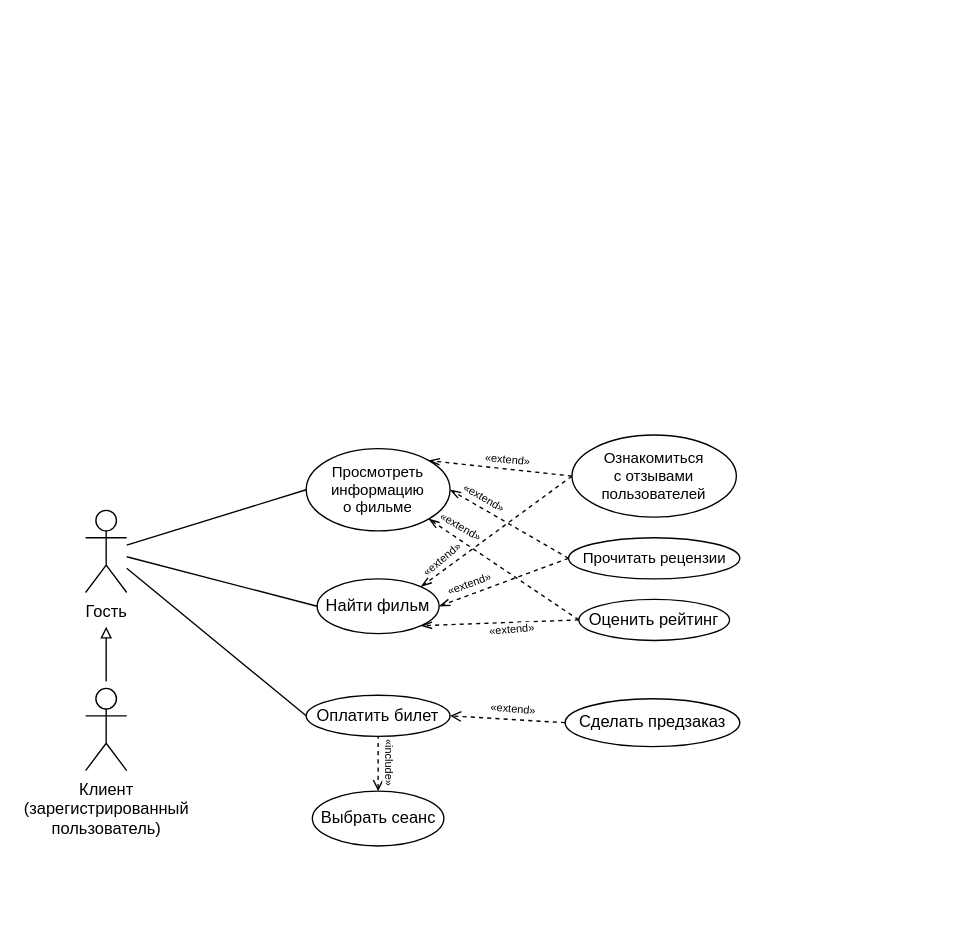
Above: page "Fakel" (3 of 3) of Диаграммы_вариантов_использования.drawio in ANDaniell/-design-practice (draw.io), before the change. Source tidied: cells renumbered, new cells numbered last; positions are measured from the earlier drawing's top-left corner, leaving out a move shared by most shapes. Both pictures are drawn from the tidied source at 137%, with x=0, y=0 at pixel (85, 434).
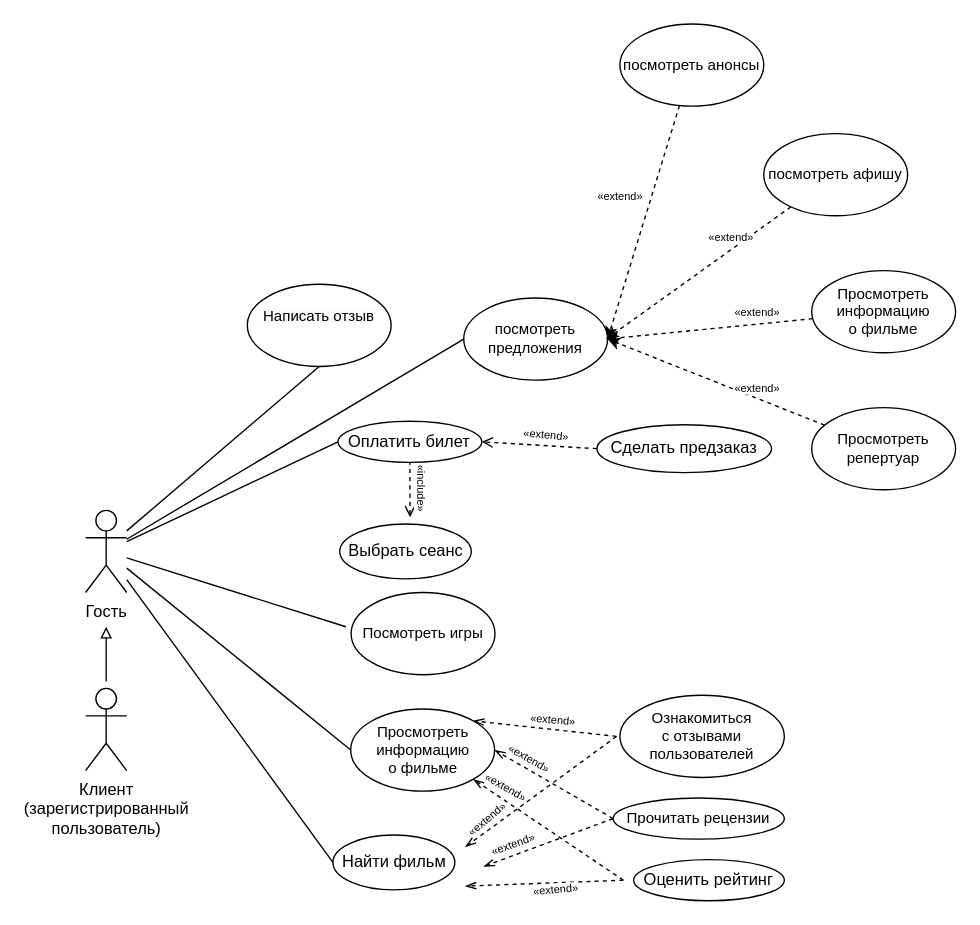
Above is the later version.

Unchanged cells that the change refers to:
```xml
<mxCell id="2" value="Гость" style="shape=umlActor;verticalLabelPosition=bottom;verticalAlign=top;html=1;" parent="1" vertex="1">
  <mxGeometry y="55" width="30" height="60" as="geometry" />
</mxCell>
```

Diff of the diagram source:
```diff
@@
     <mxCell id="4" value="Оплатить билет" style="ellipse;whiteSpace=wrap;html=1;fontSize=12;" parent="1" vertex="1">
-      <mxGeometry x="161" y="190" width="105" height="30" as="geometry" />
+      <mxGeometry x="184.2" y="-10" width="105" height="30" as="geometry" />
     </mxCell>
     <mxCell id="5" value="Сделать предзаказ" style="ellipse;whiteSpace=wrap;html=1;" parent="1" vertex="1">
-      <mxGeometry x="350" y="192.5" width="127.5" height="35" as="geometry" />
+      <mxGeometry x="373.2" y="-7.5" width="127.5" height="35" as="geometry" />
     </mxCell>
     <mxCell id="6" value="Найти фильм" style="ellipse;whiteSpace=wrap;html=1;" parent="1" vertex="1">
-      <mxGeometry x="169" y="105" width="89" height="40" as="geometry" />
+      <mxGeometry x="180.5" y="292" width="89" height="40" as="geometry" />
     </mxCell>
     <mxCell id="7" value="Оценить рейтинг" style="ellipse;whiteSpace=wrap;html=1;" parent="1" vertex="1">
-      <mxGeometry x="360" y="120" width="110" height="30" as="geometry" />
+      <mxGeometry x="400" y="310" width="110" height="30" as="geometry" />
     </mxCell>
     <mxCell id="8" value="Прочитать рецензии" style="ellipse;whiteSpace=wrap;html=1;fontSize=11;spacing=2;" parent="1" vertex="1">
-      <mxGeometry x="352.5" y="75" width="125" height="30" as="geometry" />
+      <mxGeometry x="385" y="265" width="125" height="30" as="geometry" />
     </mxCell>
     <mxCell id="9" value="&lt;div style=&quot;font-size: 11px;&quot;&gt;Ознакомиться&lt;/div&gt;&lt;div style=&quot;font-size: 11px;&quot;&gt;с отзывами пользователей&lt;/div&gt;" style="ellipse;whiteSpace=wrap;html=1;fontSize=11;" parent="1" vertex="1">
-      <mxGeometry x="355" width="120" height="60" as="geometry" />
+      <mxGeometry x="390" y="190" width="120" height="60" as="geometry" />
     </mxCell>
     <mxCell id="10" value="&lt;div style=&quot;font-size: 11px;&quot;&gt;Просмотреть информацию&lt;/div&gt;&lt;div style=&quot;font-size: 11px;&quot;&gt;о фильме&lt;/div&gt;" style="ellipse;whiteSpace=wrap;html=1;fontSize=11;" parent="1" vertex="1">
-      <mxGeometry x="161" y="10" width="105" height="60" as="geometry" />
+      <mxGeometry x="193.5" y="200" width="105" height="60" as="geometry" />
     </mxCell>
     <mxCell id="11" value="Выбрать сеанс" style="ellipse;whiteSpace=wrap;html=1;" parent="1" vertex="1">
-      <mxGeometry x="165.5" y="260" width="96" height="40" as="geometry" />
+      <mxGeometry x="185.5" y="65" width="96" height="40" as="geometry" />
     </mxCell>
@@
-    <mxCell id="16" style="endArrow=none;dashed=1;html=1;rounded=0;entryX=0.5;entryY=1;entryDx=0;entryDy=0;exitX=0.5;exitY=0;exitDx=0;exitDy=0;startArrow=open;startFill=0;" parent="1" edge="1" source="11" target="4">
-      <mxGeometry relative="1" as="geometry" />
+    <mxCell id="16" style="endArrow=none;dashed=1;html=1;rounded=0;entryX=0.5;entryY=1;entryDx=0;entryDy=0;exitX=0.5;exitY=0;exitDx=0;exitDy=0;startArrow=open;startFill=0;" parent="1" edge="1" target="4">
+      <mxGeometry relative="1" as="geometry">
+        <mxPoint x="236.8" y="60" as="sourcePoint" />
+      </mxGeometry>
     </mxCell>
@@
-    <mxCell id="19" style="endArrow=openThin;dashed=1;html=1;rounded=0;entryX=1;entryY=0;entryDx=0;entryDy=0;exitX=0;exitY=0.5;exitDx=0;exitDy=0;startArrow=none;startFill=0;endFill=0;" parent="1" edge="1" source="9" target="10">
-      <mxGeometry relative="1" as="geometry" />
+    <mxCell id="19" style="endArrow=openThin;dashed=1;html=1;rounded=0;entryX=1;entryY=0;entryDx=0;entryDy=0;exitX=0;exitY=0.5;exitDx=0;exitDy=0;startArrow=none;startFill=0;endFill=0;" parent="1" edge="1" target="10">
+      <mxGeometry relative="1" as="geometry">
+        <mxPoint x="387.5" y="220" as="sourcePoint" />
+      </mxGeometry>
     </mxCell>
@@
-    <mxCell id="21" style="endArrow=openThin;dashed=1;html=1;rounded=0;entryX=1;entryY=1;entryDx=0;entryDy=0;exitX=0;exitY=0.5;exitDx=0;exitDy=0;endFill=0;" parent="1" edge="1" source="7" target="10">
-      <mxGeometry relative="1" as="geometry" />
+    <mxCell id="21" style="endArrow=openThin;dashed=1;html=1;rounded=0;entryX=1;entryY=1;entryDx=0;entryDy=0;exitX=0;exitY=0.5;exitDx=0;exitDy=0;endFill=0;" parent="1" edge="1" target="10">
+      <mxGeometry relative="1" as="geometry">
+        <mxPoint x="392.5" y="325" as="sourcePoint" />
+      </mxGeometry>
     </mxCell>
-    <mxCell id="22" style="endArrow=openThin;dashed=1;html=1;rounded=0;exitX=0;exitY=0.5;exitDx=0;exitDy=0;endFill=0;entryX=1;entryY=1;entryDx=0;entryDy=0;" parent="1" edge="1" source="7" target="6">
-      <mxGeometry relative="1" as="geometry" />
+    <mxCell id="22" style="endArrow=openThin;dashed=1;html=1;rounded=0;exitX=0;exitY=0.5;exitDx=0;exitDy=0;endFill=0;entryX=1;entryY=1;entryDx=0;entryDy=0;" parent="1" edge="1">
+      <mxGeometry relative="1" as="geometry">
+        <mxPoint x="392.5" y="325" as="sourcePoint" />
+        <mxPoint x="277.1" y="329.3" as="targetPoint" />
+      </mxGeometry>
     </mxCell>
-    <mxCell id="23" style="endArrow=openThin;dashed=1;html=1;rounded=0;entryX=1;entryY=0.5;entryDx=0;entryDy=0;exitX=0;exitY=0.5;exitDx=0;exitDy=0;endFill=0;" parent="1" edge="1" source="8" target="6">
-      <mxGeometry relative="1" as="geometry" />
+    <mxCell id="23" style="endArrow=openThin;dashed=1;html=1;rounded=0;entryX=1;entryY=0.5;entryDx=0;entryDy=0;exitX=0;exitY=0.5;exitDx=0;exitDy=0;endFill=0;" parent="1" edge="1" source="8">
+      <mxGeometry relative="1" as="geometry">
+        <mxPoint x="290.5" y="315" as="targetPoint" />
+      </mxGeometry>
     </mxCell>
-    <mxCell id="24" style="endArrow=openThin;dashed=1;html=1;rounded=0;entryX=1;entryY=0;entryDx=0;entryDy=0;exitX=0;exitY=0.5;exitDx=0;exitDy=0;startArrow=none;startFill=0;endFill=0;" parent="1" edge="1" source="9" target="6">
-      <mxGeometry relative="1" as="geometry" />
+    <mxCell id="24" style="endArrow=openThin;dashed=1;html=1;rounded=0;entryX=1;entryY=0;entryDx=0;entryDy=0;exitX=0;exitY=0.5;exitDx=0;exitDy=0;startArrow=none;startFill=0;endFill=0;" parent="1" edge="1">
+      <mxGeometry relative="1" as="geometry">
+        <mxPoint x="387.5" y="220" as="sourcePoint" />
+        <mxPoint x="277.1" y="300.7" as="targetPoint" />
+      </mxGeometry>
     </mxCell>
     <mxCell id="25" value="«extend»" style="edgeLabel;html=1;align=center;verticalAlign=middle;rotation=5;fontSize=8;" parent="1" vertex="1">
-      <mxGeometry x="308" y="17" as="geometry" />
+      <mxGeometry x="340.5" y="207" as="geometry" />
     </mxCell>
     <mxCell id="26" value="«extend»" style="edgeLabel;html=1;align=center;verticalAlign=middle;rotation=355;fontSize=8;" parent="1" vertex="1">
-      <mxGeometry x="310" y="142" as="geometry" />
+      <mxGeometry x="342.5" y="332" as="geometry" />
     </mxCell>
     <mxCell id="27" value="«extend»" style="edgeLabel;html=1;align=center;verticalAlign=middle;rotation=30;fontSize=8;" parent="1" vertex="1">
-      <mxGeometry x="291" y="45" as="geometry" />
+      <mxGeometry x="323.5" y="235" as="geometry" />
     </mxCell>
     <mxCell id="28" value="«extend»" style="edgeLabel;html=1;align=center;verticalAlign=middle;rotation=30;fontSize=8;" parent="1" vertex="1">
-      <mxGeometry x="276" y="69" as="geometry">
+      <mxGeometry x="308.5" y="259" as="geometry">
         <mxPoint x="-3.2" y="-1.6" as="offset" />
       </mxGeometry>
     </mxCell>
     <mxCell id="29" value="«extend»" style="edgeLabel;html=1;align=center;verticalAlign=middle;rotation=320;fontSize=8;" parent="1" vertex="1">
-      <mxGeometry x="259.5" y="91" as="geometry" />
+      <mxGeometry x="292" y="281" as="geometry" />
     </mxCell>
     <mxCell id="30" value="«extend»" style="edgeLabel;html=1;align=center;verticalAlign=middle;rotation=340;fontSize=8;" parent="1" vertex="1">
-      <mxGeometry x="279" y="109" as="geometry" />
+      <mxGeometry x="311.5" y="299" as="geometry" />
     </mxCell>
     <mxCell id="31" value="«include»" style="edgeLabel;html=1;align=center;verticalAlign=middle;rotation=90;fontSize=8;" parent="1" vertex="1">
-      <mxGeometry x="223" y="238" as="geometry" />
+      <mxGeometry x="246.2" y="38" as="geometry" />
     </mxCell>
+    <mxCell id="32" value="&#10;&lt;span style=&quot;color: rgb(0, 0, 0); font-family: Helvetica; font-size: 11px; font-style: normal; font-variant-ligatures: normal; font-variant-caps: normal; font-weight: 400; letter-spacing: normal; orphans: 2; text-align: center; text-indent: 0px; text-transform: none; widows: 2; word-spacing: 0px; -webkit-text-stroke-width: 0px; white-space: normal; background-color: rgb(251, 251, 251); text-decoration-thickness: initial; text-decoration-style: initial; text-decoration-color: initial; display: inline !important; float: none;&quot;&gt;Написать отзыв&lt;/span&gt;&#10;&#10;" style="ellipse;whiteSpace=wrap;html=1;fontSize=11;" parent="1" vertex="1">
+      <mxGeometry x="118" y="-110" width="105" height="60" as="geometry" />
+    </mxCell>
+    <mxCell id="33" style="endArrow=none;html=1;rounded=0;exitX=0.5;exitY=1;exitDx=0;exitDy=0;entryX=1;entryY=0.25;entryDx=0;entryDy=0;entryPerimeter=0;" parent="1" edge="1" source="32" target="2">
+      <mxGeometry relative="1" as="geometry" />
+    </mxCell>
+    <mxCell id="34" value="&lt;div style=&quot;font-size: 11px;&quot;&gt;посмотреть предложения&lt;/div&gt;" style="ellipse;whiteSpace=wrap;html=1;fontSize=11;" parent="1" vertex="1">
+      <mxGeometry x="276" y="-100" width="105" height="60" as="geometry" />
+    </mxCell>
+    <mxCell id="35" style="rounded=0;jettySize=auto;html=1;entryX=1;entryY=0.5;entryDx=0;entryDy=0;dashed=1;" parent="1" edge="1" source="36" target="34">
+      <mxGeometry relative="1" as="geometry" />
+    </mxCell>
+    <mxCell id="36" value="&lt;div style=&quot;font-size: 11px;&quot;&gt;посмотреть анонсы&lt;/div&gt;" style="ellipse;whiteSpace=wrap;html=1;fontSize=11;" parent="1" vertex="1">
+      <mxGeometry x="390" y="-300" width="105" height="60" as="geometry" />
+    </mxCell>
+    <mxCell id="37" style="rounded=0;jettySize=auto;html=1;dashed=1;" parent="1" edge="1" source="38">
+      <mxGeometry relative="1" as="geometry">
+        <mxPoint x="380" y="-70" as="targetPoint" />
+      </mxGeometry>
+    </mxCell>
+    <mxCell id="38" value="&lt;div style=&quot;font-size: 11px;&quot;&gt;посмотреть афишу&lt;/div&gt;" style="ellipse;whiteSpace=wrap;html=1;fontSize=11;" parent="1" vertex="1">
+      <mxGeometry x="495" y="-220" width="105" height="60" as="geometry" />
+    </mxCell>
+    <mxCell id="39" style="rounded=0;jettySize=auto;html=1;dashed=1;" parent="1" edge="1" source="40">
+      <mxGeometry relative="1" as="geometry">
+        <mxPoint x="380" y="-70" as="targetPoint" />
+      </mxGeometry>
+    </mxCell>
+    <mxCell id="40" value="&lt;div style=&quot;font-size: 11px;&quot;&gt;Просмотреть информацию&lt;/div&gt;&lt;div style=&quot;font-size: 11px;&quot;&gt;о фильме&lt;/div&gt;" style="ellipse;whiteSpace=wrap;html=1;fontSize=11;" parent="1" vertex="1">
+      <mxGeometry x="530" y="-120" width="105" height="60" as="geometry" />
+    </mxCell>
+    <mxCell id="41" style="rounded=0;jettySize=auto;html=1;entryX=1;entryY=0.5;entryDx=0;entryDy=0;dashed=1;" parent="1" edge="1" source="42" target="34">
+      <mxGeometry relative="1" as="geometry" />
+    </mxCell>
+    <mxCell id="42" value="&lt;div style=&quot;font-size: 11px;&quot;&gt;Просмотреть репертуар&lt;/div&gt;" style="ellipse;whiteSpace=wrap;html=1;fontSize=11;" parent="1" vertex="1">
+      <mxGeometry x="530" y="-20" width="105" height="60" as="geometry" />
+    </mxCell>
+    <mxCell id="43" style="endArrow=none;html=1;rounded=0;exitX=0;exitY=0.5;exitDx=0;exitDy=0;fontStyle=1;" parent="1" edge="1" source="34" target="2">
+      <mxGeometry relative="1" as="geometry" />
+    </mxCell>
+    <mxCell id="44" value="&lt;span style=&quot;font-size: 8px; background-color: rgb(255, 255, 255);&quot;&gt;«extend»&lt;/span&gt;" style="text;html=1;align=center;verticalAlign=middle;strokeColor=none;fillColor=none;" parent="1" vertex="1">
+      <mxGeometry x="360" y="-190" width="60" height="30" as="geometry" />
+    </mxCell>
+    <mxCell id="45" value="Посмотреть игры" style="ellipse;whiteSpace=wrap;html=1;fontSize=11;" parent="1" vertex="1">
+      <mxGeometry x="193.8" y="115" width="105" height="60" as="geometry" />
+    </mxCell>
+    <mxCell id="46" style="endArrow=none;html=1;rounded=0;" parent="1" edge="1" target="2">
+      <mxGeometry relative="1" as="geometry">
+        <mxPoint x="190" y="140" as="sourcePoint" />
+      </mxGeometry>
+    </mxCell>
+    <mxCell id="47" value="&lt;span style=&quot;font-size: 8px; background-color: rgb(255, 255, 255);&quot;&gt;«extend»&lt;/span&gt;" style="text;html=1;align=center;verticalAlign=middle;strokeColor=none;fillColor=none;" parent="1" vertex="1">
+      <mxGeometry x="440.8" y="-160" width="60" height="30" as="geometry" />
+    </mxCell>
+    <mxCell id="48" value="&lt;span style=&quot;font-size: 8px; background-color: rgb(255, 255, 255);&quot;&gt;«extend»&lt;/span&gt;" style="text;html=1;align=center;verticalAlign=middle;strokeColor=none;fillColor=none;" parent="1" vertex="1">
+      <mxGeometry x="460" y="-105" width="60" height="30" as="geometry" />
+    </mxCell>
+    <mxCell id="49" value="&lt;span style=&quot;font-size: 8px; background-color: rgb(255, 255, 255);&quot;&gt;«extend»&lt;/span&gt;" style="text;html=1;align=center;verticalAlign=middle;strokeColor=none;fillColor=none;" parent="1" vertex="1">
+      <mxGeometry x="460" y="-50" width="60" height="30" as="geometry" />
+    </mxCell>
```
